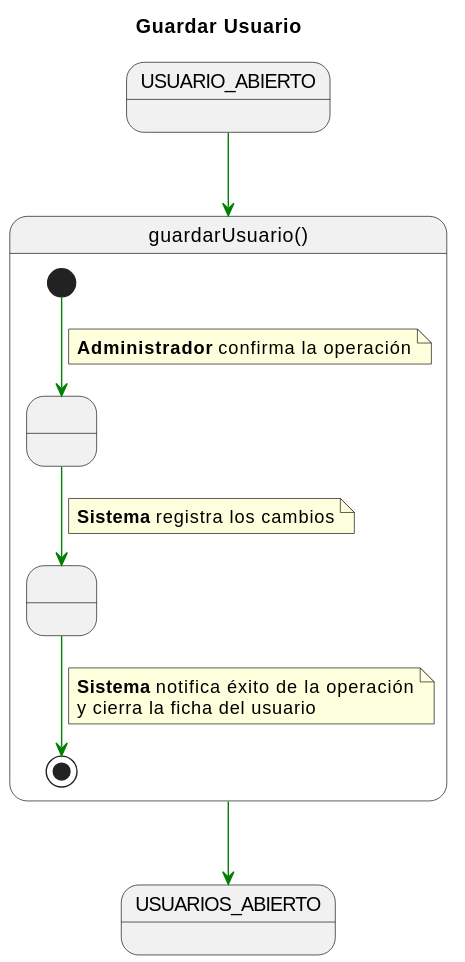
enmabry/25-26-IdSw1-SdR keeps this PlantUML diagram as documents/CasosDeUso/DetalladoCasosDeUso/Administrador/guardarUsuario.svg. Above is the earlier version. Source of this version:
```plantuml
@startuml
title Guardar Usuario

skinparam linetype polyline

state USUARIO_ABIERTO_INICIAL as "USUARIO_ABIERTO"
state USUARIOS_ABIERTO_FINAL as "USUARIOS_ABIERTO"

USUARIO_ABIERTO_INICIAL -[#green]-> guardarUsuario

state guardarUsuario as "guardarUsuario()" {

    state " " as ValidacionFinal
    state " " as Persistencia

    [*] -[#green]-> ValidacionFinal
    note on link
        <b>Administrador</b> confirma la operación
    end note

    ValidacionFinal -[#green]-> Persistencia
    note on link
        <b>Sistema</b> registra los cambios
    end note

    Persistencia -[#green]-> [*]
    note on link
        <b>Sistema</b> notifica éxito de la operación
        y cierra la ficha del usuario
    end note

}

guardarUsuario -[#green]-> USUARIOS_ABIERTO_FINAL
@enduml
```
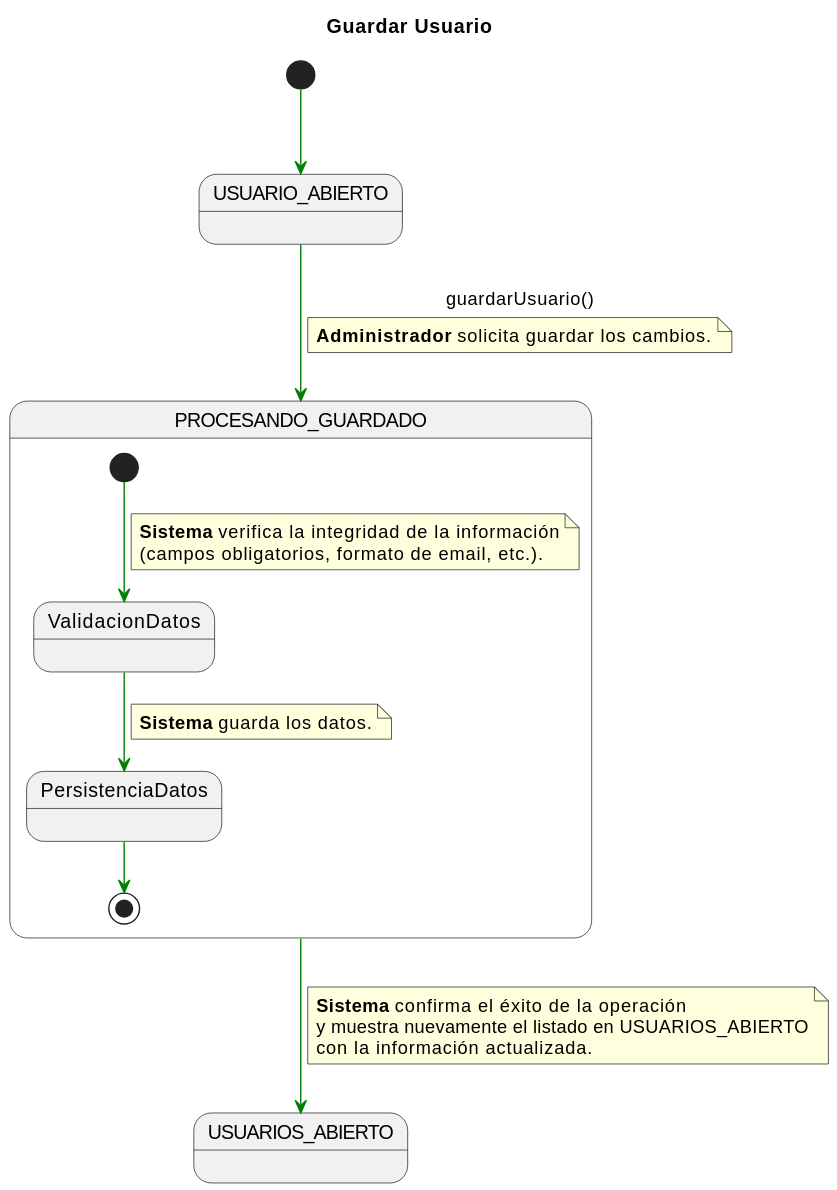
After the commit.

What changed in the source:
```diff
@@ -1,35 +1,41 @@
 @startuml
 title Guardar Usuario
-
 skinparam linetype polyline
 
-state USUARIO_ABIERTO_INICIAL as "USUARIO_ABIERTO"
-state USUARIOS_ABIERTO_FINAL as "USUARIOS_ABIERTO"
+state USUARIO_ABIERTO_INICIAL  as "USUARIO_ABIERTO"
+state PROCESO_GUARDADO_COMP    as "PROCESANDO_GUARDADO"
+state USUARIOS_ABIERTO_FINAL   as "USUARIOS_ABIERTO"
 
-USUARIO_ABIERTO_INICIAL -[#green]-> guardarUsuario
+[*] -[#green]-> USUARIO_ABIERTO_INICIAL
 
-state guardarUsuario as "guardarUsuario()" {
+USUARIO_ABIERTO_INICIAL -[#green]-> PROCESO_GUARDADO_COMP : guardarUsuario()
+note on link
+<b>Administrador</b> solicita guardar los cambios.
+end note
 
-    state " " as ValidacionFinal
-    state " " as Persistencia
+state PROCESO_GUARDADO_COMP {
 
-    [*] -[#green]-> ValidacionFinal
+    state ValidacionDatos
+    state PersistenciaDatos
+
+    [*] -[#green]-> ValidacionDatos
     note on link
-        <b>Administrador</b> confirma la operación
+    <b>Sistema</b> verifica la integridad de la información
+    (campos obligatorios, formato de email, etc.).
     end note
 
-    ValidacionFinal -[#green]-> Persistencia
+    ValidacionDatos -[#green]-> PersistenciaDatos
     note on link
-        <b>Sistema</b> registra los cambios
+    <b>Sistema</b> guarda los datos.
     end note
 
-    Persistencia -[#green]-> [*]
-    note on link
-        <b>Sistema</b> notifica éxito de la operación
-        y cierra la ficha del usuario
-    end note
-
+    PersistenciaDatos -[#green]-> [*]
 }
 
-guardarUsuario -[#green]-> USUARIOS_ABIERTO_FINAL
+PROCESO_GUARDADO_COMP -[#green]-> USUARIOS_ABIERTO_FINAL
+note on link
+<b>Sistema</b> confirma el éxito de la operación
+y muestra nuevamente el listado en USUARIOS_ABIERTO
+con la información actualizada.
+end note
 @enduml
```
